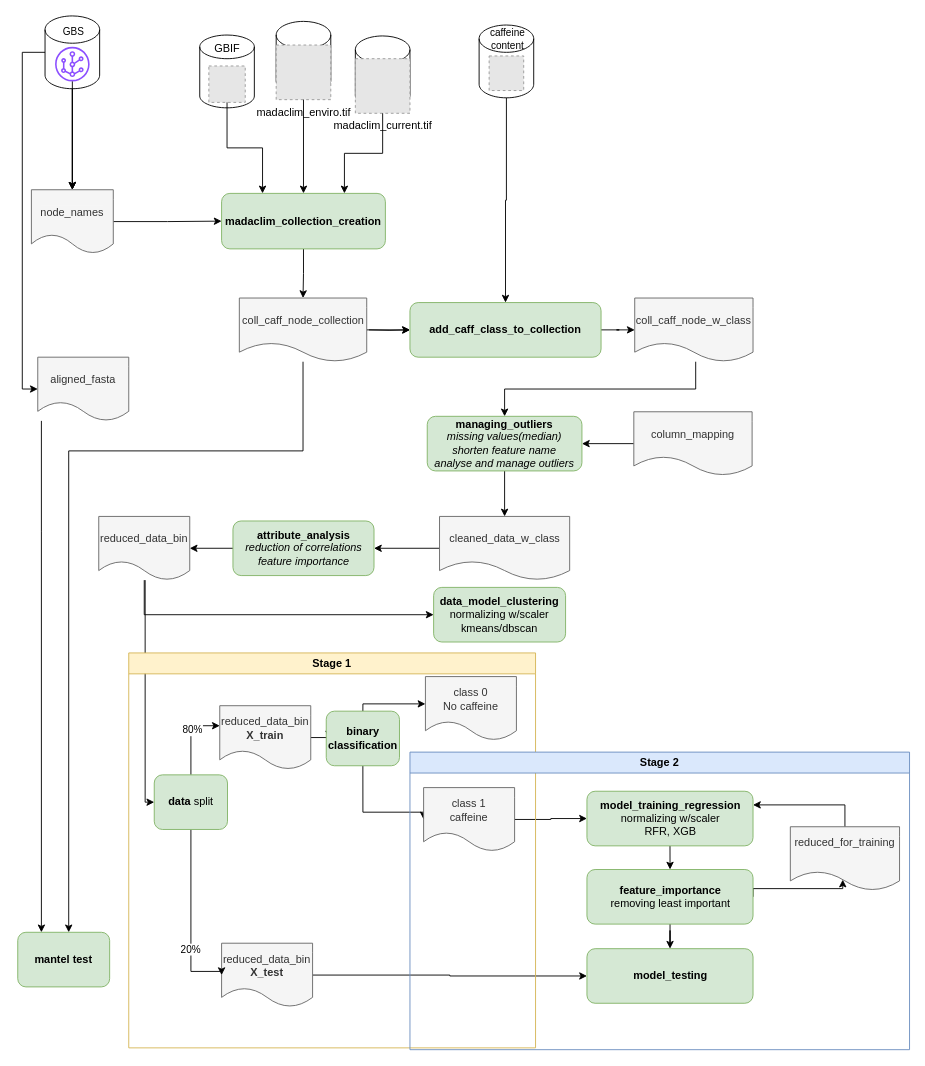
Above: page "scripts" (3 of 3) of img/pipeline.drawio in tahiri-lab/py_madaclim (draw.io), before the change. Source tidied: cells renumbered, new cells numbered last; positions are measured from the earlier drawing's top-left corner, leaving out a move shared by most shapes. Both pictures are drawn from the tidied source at 91%, with x=0, y=0 at pixel (17, 15). Pictures stored in the file or linked from it are replaced by grey dashed boxes.
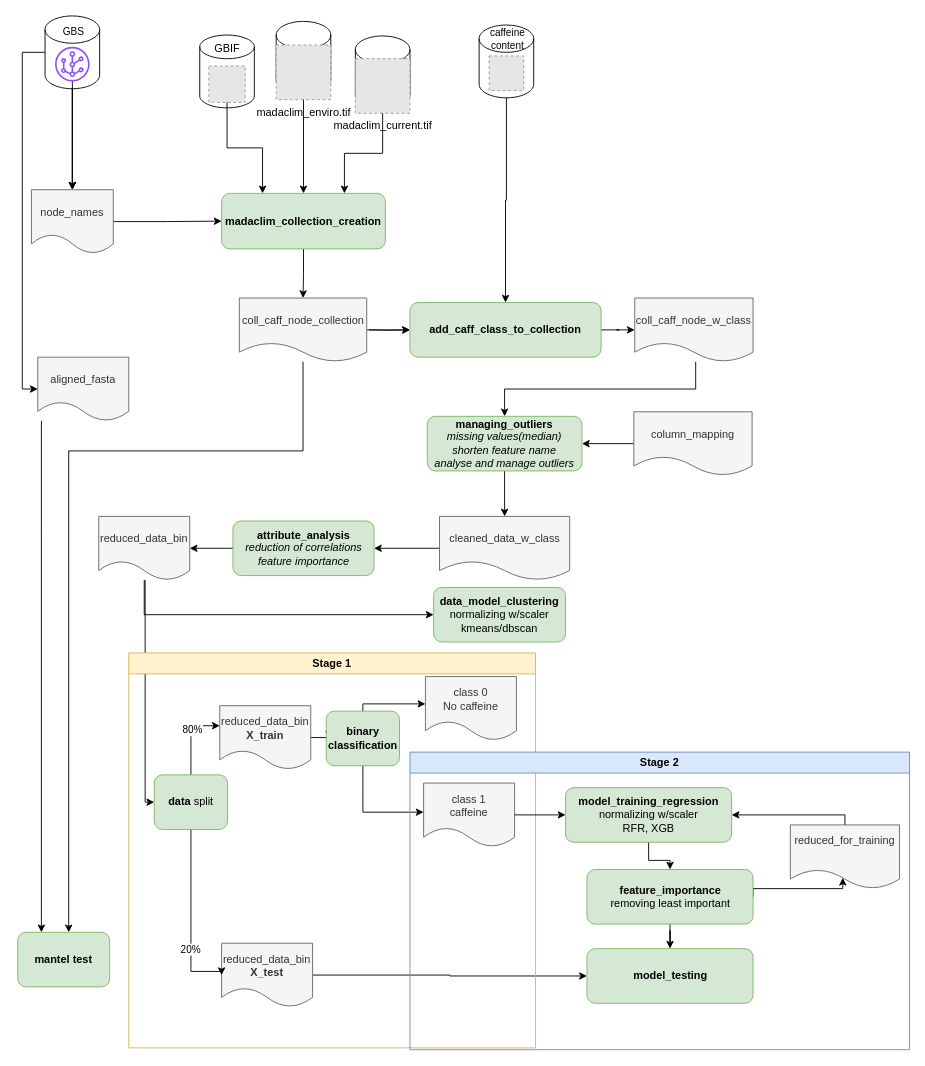
After the change.

Commit message:
Mettre à jour pipeline.drawio

The change refers to these unchanged cells:
```xml
<mxCell id="77" value="binary classification" style="rounded=1;whiteSpace=wrap;html=1;fillColor=#d5e8d4;strokeColor=#82b366;fontStyle=1;" parent="1" vertex="1">
  <mxGeometry x="339" y="764" width="80.5" height="60" as="geometry" />
</mxCell>
<mxCell id="78" value="Stage 1" style="swimlane;whiteSpace=wrap;html=1;fillColor=#fff2cc;strokeColor=#d6b656;" parent="1" vertex="1">
  <mxGeometry x="122" y="700" width="447" height="434" as="geometry" />
</mxCell>
<mxCell id="80" value="Stage 2" style="swimlane;whiteSpace=wrap;html=1;fillColor=#dae8fc;strokeColor=#6c8ebf;" parent="78" vertex="1">
  <mxGeometry x="309" y="109" width="549" height="327" as="geometry" />
</mxCell>
```

What changed in the source:
```diff
@@
-    <mxCell id="55" value="model_training_regression&lt;div&gt;&lt;span style=&quot;font-weight: 400;&quot;&gt;normalizing w/scaler&lt;br&gt;&lt;/span&gt;&lt;span style=&quot;font-weight: 400; background-color: initial;&quot;&gt;RFR, XGB&lt;/span&gt;&lt;/div&gt;" style="rounded=1;whiteSpace=wrap;html=1;fillColor=#d5e8d4;strokeColor=#82b366;fontStyle=1;" parent="1" vertex="1">
-      <mxGeometry x="625.5" y="852" width="182.5" height="60" as="geometry" />
-    </mxCell>
@@
-    <mxCell id="61" style="edgeStyle=orthogonalEdgeStyle;rounded=0;jettySize=auto;html=1;exitX=0.5;exitY=1;exitDx=0;exitDy=0;entryX=0;entryY=0.5;entryDx=0;entryDy=0;" parent="1" edge="1" source="77" target="79">
+    <mxCell id="61" style="edgeStyle=orthogonalEdgeStyle;rounded=0;jettySize=auto;html=1;exitX=0.5;exitY=1;exitDx=0;exitDy=0;" parent="1" edge="1" source="77" target="79">
       <mxGeometry relative="1" as="geometry">
         <Array as="points">
           <mxPoint x="379" y="875" />
-          <mxPoint x="446" y="875" />
         </Array>
       </mxGeometry>
     </mxCell>
@@
-    <mxCell id="72" style="edgeStyle=orthogonalEdgeStyle;rounded=0;jettySize=auto;html=1;exitX=0.5;exitY=0;exitDx=0;exitDy=0;entryX=1;entryY=0.25;entryDx=0;entryDy=0;" parent="1" edge="1" source="73" target="55">
-      <mxGeometry relative="1" as="geometry" />
+    <mxCell id="72" style="edgeStyle=orthogonalEdgeStyle;rounded=0;jettySize=auto;html=1;exitX=0.5;exitY=0;exitDx=0;exitDy=0;entryX=1;entryY=0.5;entryDx=0;entryDy=0;" parent="1" edge="1" source="73" target="55">
+      <mxGeometry relative="1" as="geometry">
+        <Array as="points">
+          <mxPoint x="909" y="878" />
+        </Array>
+      </mxGeometry>
     </mxCell>
     <mxCell id="73" value="reduced_for_training&lt;div&gt;&lt;br&gt;&lt;/div&gt;" style="shape=document;whiteSpace=wrap;html=1;boundedLbl=1;dashed=0;flipH=1;fillColor=#f5f5f5;fontColor=#333333;strokeColor=#666666;" parent="1" vertex="1">
-      <mxGeometry x="849" y="891" width="120" height="70" as="geometry" />
+      <mxGeometry x="849" y="889" width="120" height="70" as="geometry" />
     </mxCell>
-    <mxCell id="74" style="edgeStyle=orthogonalEdgeStyle;rounded=0;jettySize=auto;html=1;exitX=1;exitY=0.5;exitDx=0;exitDy=0;" parent="1" edge="1" source="79" target="55">
-      <mxGeometry relative="1" as="geometry" />
-    </mxCell>
@@
     <mxCell id="79" value="&lt;div&gt;class 1&lt;/div&gt;caffeine" style="shape=document;whiteSpace=wrap;html=1;boundedLbl=1;dashed=0;flipH=1;fillColor=#f5f5f5;fontColor=#333333;strokeColor=#666666;" parent="78" vertex="1">
-      <mxGeometry x="324" y="148" width="100" height="70" as="geometry" />
+      <mxGeometry x="324" y="143" width="100" height="70" as="geometry" />
     </mxCell>
@@
+    <mxCell id="55" value="model_training_regression&lt;div&gt;&lt;span style=&quot;font-weight: 400;&quot;&gt;normalizing w/scaler&lt;br&gt;&lt;/span&gt;&lt;span style=&quot;font-weight: 400; background-color: initial;&quot;&gt;RFR, XGB&lt;/span&gt;&lt;/div&gt;" style="rounded=1;whiteSpace=wrap;html=1;fillColor=#d5e8d4;strokeColor=#82b366;fontStyle=1;" parent="80" vertex="1">
+      <mxGeometry x="171" y="39" width="182.5" height="60" as="geometry" />
+    </mxCell>
+    <mxCell id="74" style="edgeStyle=orthogonalEdgeStyle;rounded=0;jettySize=auto;html=1;exitX=1;exitY=0.5;exitDx=0;exitDy=0;" parent="78" edge="1" source="79" target="55">
+      <mxGeometry relative="1" as="geometry" />
+    </mxCell>
```
